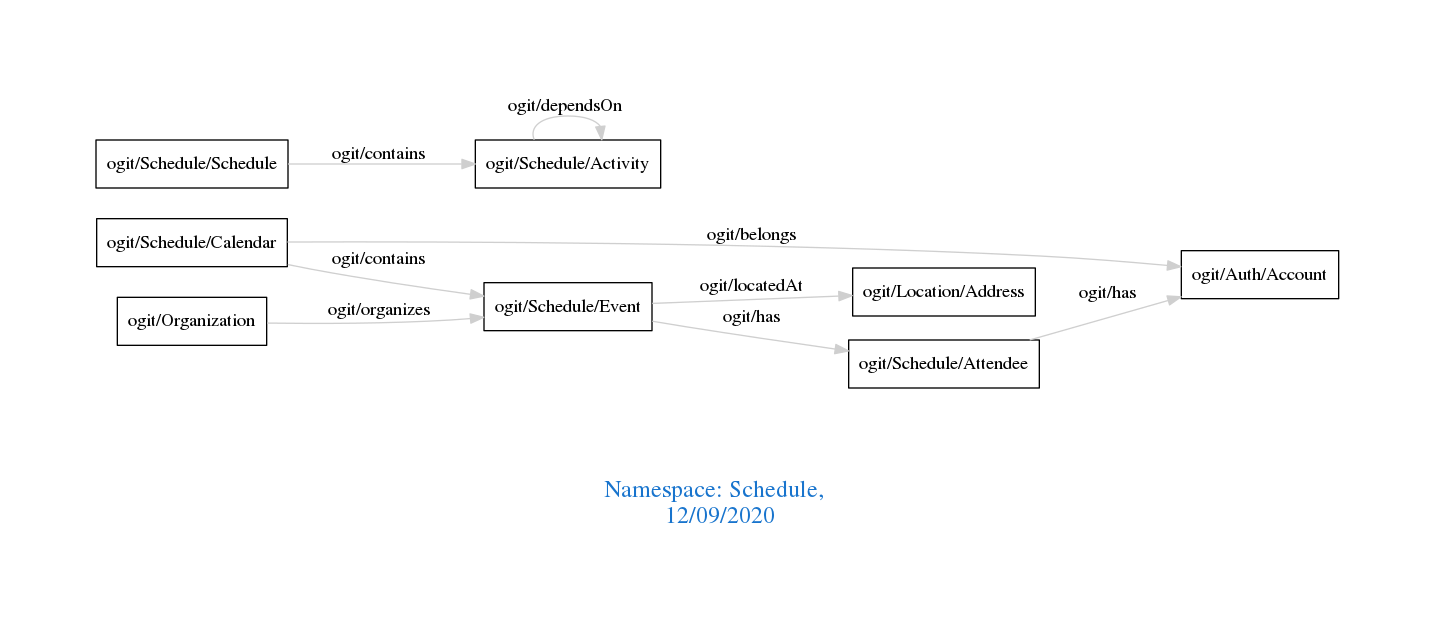
This is downloads/Schedule.png from arago/OGIT, a Graphviz export, as it was before one commit. Its source is kept beside it as downloads/Schedule.dot.
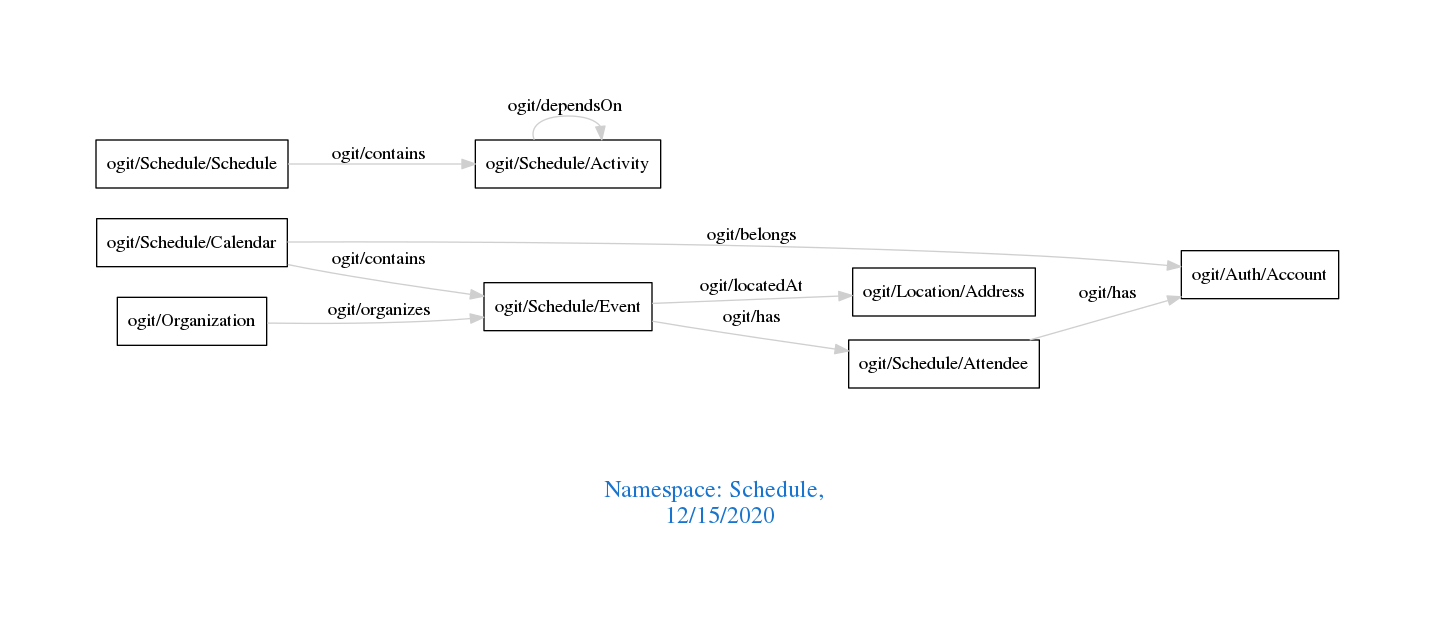
Later version of the same file.

What changed in the source:
```diff
@@ -1,7 +1,7 @@
 digraph OGIT_ontology {
  graph [ rankdir= LR,pad=1
 fontsize = 18,
-fontcolor= dodgerblue3,label = "\n\n\nNamespace: Schedule, \n 12/09/2020"];
+fontcolor= dodgerblue3,label = "\n\n\nNamespace: Schedule, \n 12/15/2020"];
 node[shape=polygon];
 edge [  color="gray81"];
 
```
